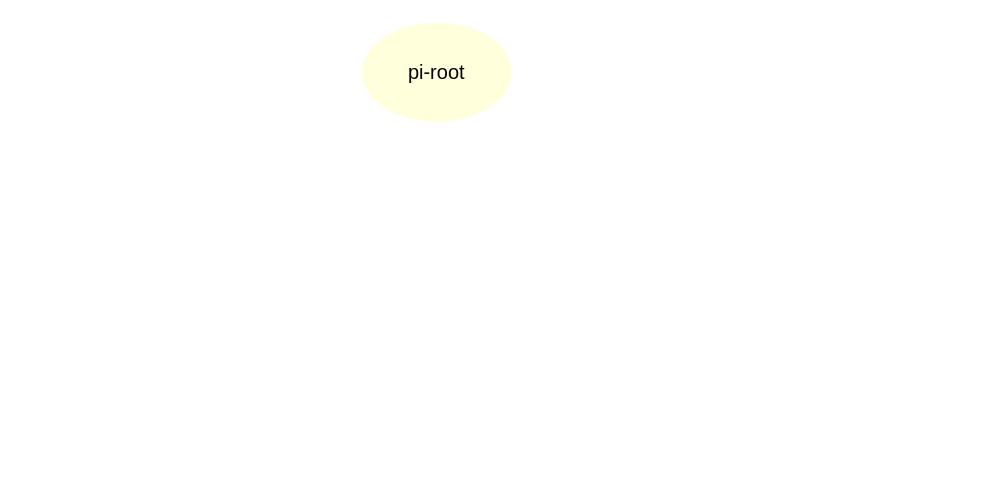
Before: page "Komponentenbaum" (4 of 5) of TypeScript.drawio in gjungb/Zeichnungen, a draw.io diagram. Source tidied: cells renumbered, new cells numbered last; positions are measured from the earlier drawing's top-left corner, leaving out a move shared by most shapes. Both pictures are drawn from the tidied source at 125%, with x=0, y=0 at pixel (361, 21).
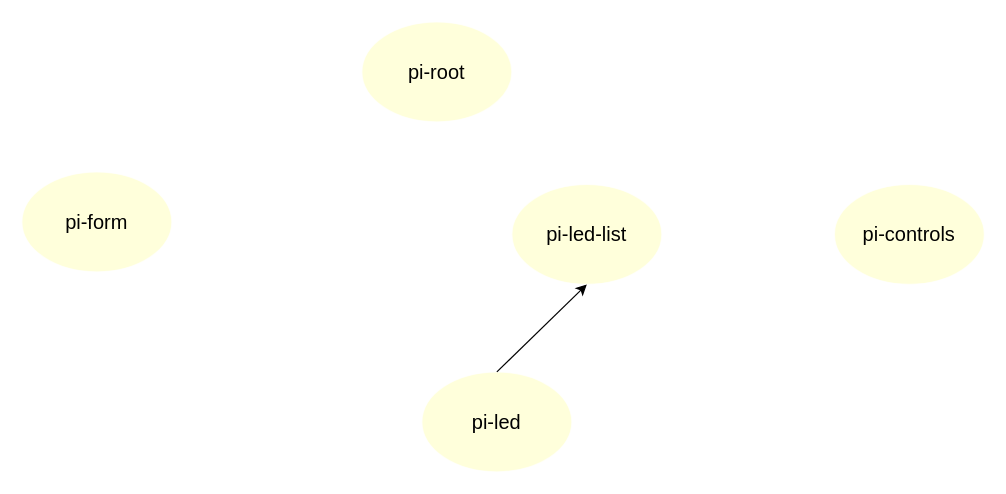
After the change.

Change to the diagram source:
```diff
@@
 <mxGraphModel>
   <root>
     <mxCell id="0" />
     <mxCell id="1" parent="0" />
     <mxCell id="2" value="pi-root" style="ellipse;whiteSpace=wrap;html=1;strokeColor=#FFFFFF;fillColor=#FFFFCC;fontFamily=Fira Code;fontSize=16;fontColor=#000000;opacity=70;align=center;" parent="1" vertex="1">
       <mxGeometry width="120" height="80" as="geometry" />
     </mxCell>
+    <mxCell id="3" value="pi-form" style="ellipse;whiteSpace=wrap;html=1;strokeColor=#FFFFFF;fillColor=#FFFFCC;fontFamily=Fira Code;fontSize=16;fontColor=#000000;opacity=70;align=center;" parent="1" vertex="1">
+      <mxGeometry x="-272" y="120" width="120" height="80" as="geometry" />
+    </mxCell>
+    <mxCell id="4" value="pi-led-list" style="ellipse;whiteSpace=wrap;html=1;strokeColor=#FFFFFF;fillColor=#FFFFCC;fontFamily=Fira Code;fontSize=16;fontColor=#000000;opacity=70;align=center;" parent="1" vertex="1">
+      <mxGeometry x="120" y="130" width="120" height="80" as="geometry" />
+    </mxCell>
+    <mxCell id="5" value="pi-led" style="ellipse;whiteSpace=wrap;html=1;strokeColor=#FFFFFF;fillColor=#FFFFCC;fontFamily=Fira Code;fontSize=16;fontColor=#000000;opacity=70;align=center;" parent="1" vertex="1">
+      <mxGeometry x="48" y="280" width="120" height="80" as="geometry" />
+    </mxCell>
+    <mxCell id="6" value="pi-controls" style="ellipse;whiteSpace=wrap;html=1;strokeColor=#FFFFFF;fillColor=#FFFFCC;fontFamily=Fira Code;fontSize=16;fontColor=#000000;opacity=70;align=center;" parent="1" vertex="1">
+      <mxGeometry x="378" y="130" width="120" height="80" as="geometry" />
+    </mxCell>
+    <mxCell id="7" style="endArrow=classic;html=1;entryX=0.5;entryY=1;entryDx=0;entryDy=0;" parent="1" edge="1" target="4">
+      <mxGeometry relative="1" as="geometry">
+        <mxPoint x="108" y="280" as="sourcePoint" />
+      </mxGeometry>
+    </mxCell>
   </root>
 </mxGraphModel>
```
